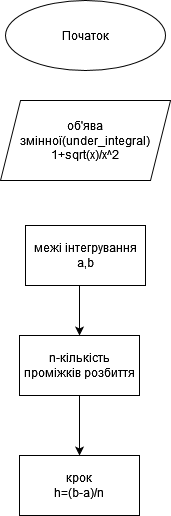
The draw.io diagram Луцкевич_Володимир_РЕ-12_Схема_.drawio.png in VolodymyrLutskevych-PE-12/Lab_2_Volodymyr-Lutskevych_PE-12_-1-, before a commit. Source tidied: cells renumbered, new cells last; positions are measured from the earlier drawing's top-left corner, leaving out a move shared by most shapes.
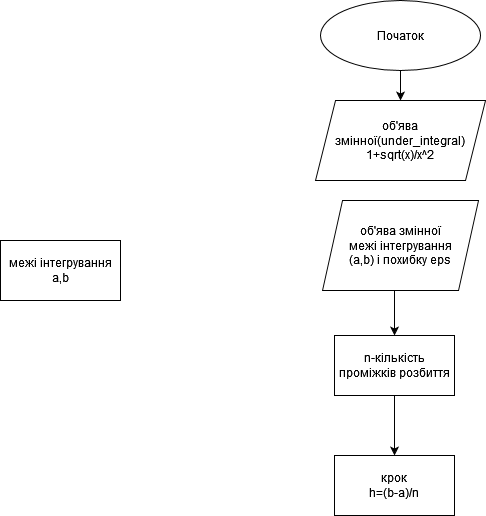
The same diagram one commit later.

The edit, as a diff of the source:
```diff
@@ -2,6 +2,9 @@
   <root>
     <mxCell id="0" />
     <mxCell id="1" parent="0" />
+    <mxCell id="9" style="edgeStyle=orthogonalEdgeStyle;rounded=0;jettySize=auto;html=1;exitX=0.5;exitY=1;exitDx=0;exitDy=0;entryX=0.5;entryY=0;entryDx=0;entryDy=0;" parent="1" edge="1" source="2" target="8">
+      <mxGeometry relative="1" as="geometry" />
+    </mxCell>
     <mxCell id="2" value="Початок" style="ellipse;whiteSpace=wrap;html=1;" parent="1" vertex="1">
       <mxGeometry x="5" width="160" height="70" as="geometry" />
     </mxCell>
@@ -18,7 +21,7 @@
       <mxGeometry x="19" y="335" width="120" height="60" as="geometry" />
     </mxCell>
     <mxCell id="6" value="&lt;div&gt;межі інтегрування &lt;/div&gt;a,b" style="rounded=0;whiteSpace=wrap;html=1;" parent="1" vertex="1">
-      <mxGeometry x="25" y="225" width="120" height="60" as="geometry" />
+      <mxGeometry x="-315" y="240" width="120" height="60" as="geometry" />
     </mxCell>
     <mxCell id="7" value="&lt;div&gt;крок&lt;/div&gt;&lt;div&gt;h=(b-a)/n&lt;br&gt;&lt;/div&gt;" style="rounded=0;whiteSpace=wrap;html=1;" parent="1" vertex="1">
       <mxGeometry x="19" y="455" width="120" height="60" as="geometry" />
@@ -26,5 +29,8 @@
     <mxCell id="8" value="&lt;div&gt;об'ява змінної(under_integral)&lt;/div&gt;&lt;div&gt;1+sqrt(x)/x^2&lt;br&gt;&lt;/div&gt;" style="shape=parallelogram;perimeter=parallelogramPerimeter;whiteSpace=wrap;html=1;fixedSize=1;" parent="1" vertex="1">
       <mxGeometry y="100" width="170" height="80" as="geometry" />
     </mxCell>
+    <mxCell id="10" value="об'ява змінної &lt;div&gt;межі інтегрування &lt;/div&gt;(a,b) і похибку eps " style="shape=parallelogram;perimeter=parallelogramPerimeter;whiteSpace=wrap;html=1;fixedSize=1;" parent="1" vertex="1">
+      <mxGeometry x="7" y="200" width="156" height="90" as="geometry" />
+    </mxCell>
   </root>
 </mxGraphModel>
```
